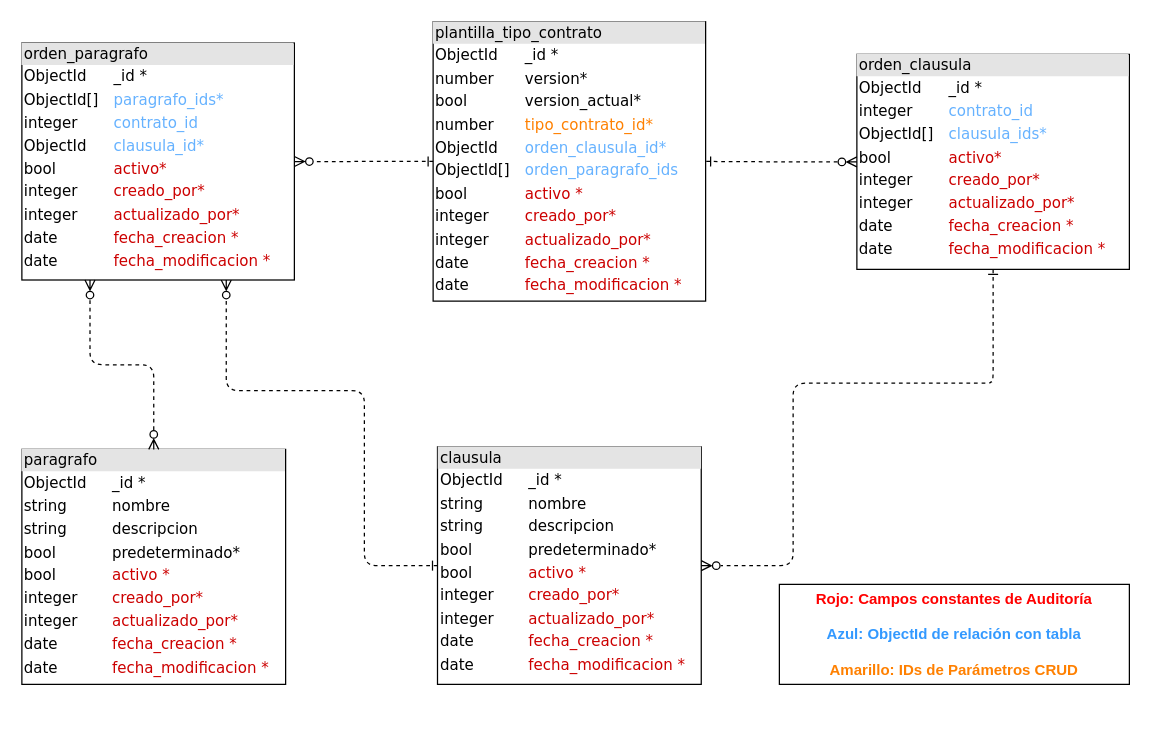
This is database/modelo-datos-no-relacional-clausulas-paragrafos.drawio from udistrital/clausulas_paragrafos_crud, a draw.io file, before an edit. Source tidied: cells renumbered, new cells numbered last; positions are measured from the earlier drawing's top-left corner, leaving out a move shared by most shapes. Both pictures are drawn from the tidied source at 125%, with x=0, y=0 at pixel (21, 21).
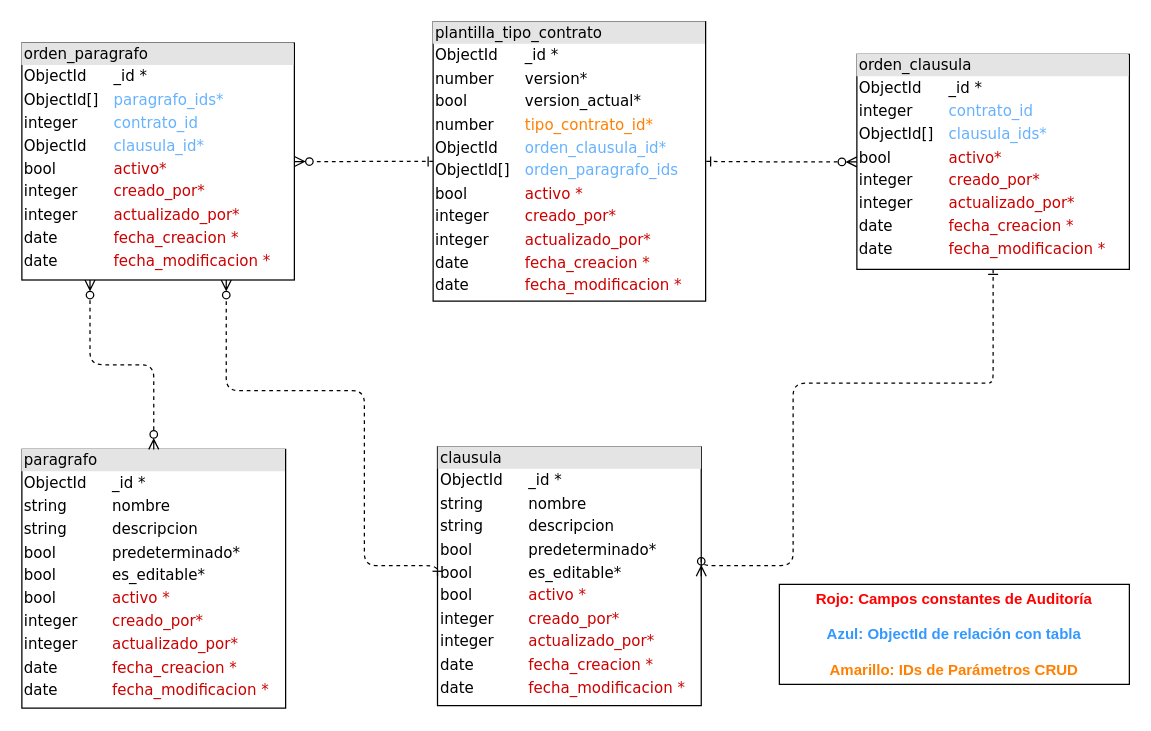
The same page after the edit.

Commit message (it also covers changes not shown here):
feat: Actualización de campo es_editable udistrital/argo_documentacion#193

The edit, as a diff of the source:
```diff
@@
 <mxGraphModel>
   <root>
     <mxCell id="0" />
     <mxCell id="1" parent="0" />
-    <mxCell id="2" value="&lt;div style=&quot;box-sizing: border-box ; width: 100% ; background: #e4e4e4 ; padding: 2px&quot;&gt;clausula&lt;/div&gt;&lt;table style=&quot;width: 100% ; font-size: 1em&quot; cellpadding=&quot;2&quot; cellspacing=&quot;0&quot;&gt;&lt;tbody&gt;&lt;tr&gt;&lt;td&gt;ObjectId&lt;span style=&quot;white-space: pre;&quot;&gt;&#9;&lt;/span&gt;&lt;/td&gt;&lt;td&gt;_id *&lt;/td&gt;&lt;/tr&gt;&lt;tr&gt;&lt;td&gt;string&lt;/td&gt;&lt;td&gt;nombre&lt;/td&gt;&lt;/tr&gt;&lt;tr&gt;&lt;td&gt;string&lt;br&gt;&lt;/td&gt;&lt;td&gt;descripcion&lt;br&gt;&lt;/td&gt;&lt;/tr&gt;&lt;tr&gt;&lt;td&gt;bool&lt;/td&gt;&lt;td&gt;predeterminado*&lt;/td&gt;&lt;/tr&gt;&lt;tr&gt;&lt;td&gt;bool&lt;br&gt;&lt;/td&gt;&lt;td&gt;&lt;span style=&quot;color: rgb(204, 0, 0);&quot;&gt;activo *&lt;/span&gt;&lt;br style=&quot;color: rgb(204, 0, 0);&quot;&gt;&lt;/td&gt;&lt;/tr&gt;&lt;tr&gt;&lt;td&gt;integer&lt;br&gt;&lt;/td&gt;&lt;td&gt;&lt;span style=&quot;color: rgb(204, 0, 0);&quot;&gt;creado_por*&lt;/span&gt;&lt;br&gt;&lt;/td&gt;&lt;/tr&gt;&lt;tr&gt;&lt;td&gt;integer&lt;br&gt;&lt;/td&gt;&lt;td&gt;&lt;span style=&quot;color: rgb(204, 0, 0);&quot;&gt;actualizado_por*&lt;/span&gt;&lt;br&gt;&lt;/td&gt;&lt;/tr&gt;&lt;tr&gt;&lt;td&gt;date&lt;/td&gt;&lt;td&gt;&lt;span style=&quot;color: rgb(204, 0, 0);&quot;&gt;fecha_creacion *&lt;/span&gt;&lt;br style=&quot;color: rgb(204, 0, 0);&quot;&gt;&lt;/td&gt;&lt;/tr&gt;&lt;tr&gt;&lt;td&gt;date&lt;/td&gt;&lt;td&gt;&lt;span style=&quot;color: rgb(204, 0, 0);&quot;&gt;fecha_modificacion *&lt;/span&gt;&lt;br&gt;&lt;/td&gt;&lt;/tr&gt;&lt;/tbody&gt;&lt;/table&gt;" style="verticalAlign=top;align=left;overflow=fill;html=1;rounded=0;shadow=0;comic=0;labelBackgroundColor=none;strokeWidth=1;fontFamily=Verdana;fontSize=12;" parent="1" vertex="1">
-      <mxGeometry x="332.5" y="340" width="211" height="190" as="geometry" />
+    <mxCell id="2" value="&lt;div style=&quot;box-sizing: border-box ; width: 100% ; background: #e4e4e4 ; padding: 2px&quot;&gt;clausula&lt;/div&gt;&lt;table style=&quot;width: 100% ; font-size: 1em&quot; cellpadding=&quot;2&quot; cellspacing=&quot;0&quot;&gt;&lt;tbody&gt;&lt;tr&gt;&lt;td&gt;ObjectId&lt;span style=&quot;white-space: pre;&quot;&gt;&#9;&lt;/span&gt;&lt;/td&gt;&lt;td&gt;_id *&lt;/td&gt;&lt;/tr&gt;&lt;tr&gt;&lt;td&gt;string&lt;/td&gt;&lt;td&gt;nombre&lt;/td&gt;&lt;/tr&gt;&lt;tr&gt;&lt;td&gt;string&lt;br&gt;&lt;/td&gt;&lt;td&gt;descripcion&lt;br&gt;&lt;/td&gt;&lt;/tr&gt;&lt;tr&gt;&lt;td&gt;bool&lt;/td&gt;&lt;td&gt;predeterminado*&lt;/td&gt;&lt;/tr&gt;&lt;tr&gt;&lt;td&gt;bool&lt;/td&gt;&lt;td&gt;es_editable*&lt;/td&gt;&lt;/tr&gt;&lt;tr&gt;&lt;td&gt;bool&lt;br&gt;&lt;/td&gt;&lt;td&gt;&lt;span style=&quot;color: rgb(204, 0, 0);&quot;&gt;activo *&lt;/span&gt;&lt;br style=&quot;color: rgb(204, 0, 0);&quot;&gt;&lt;/td&gt;&lt;/tr&gt;&lt;tr&gt;&lt;td&gt;integer&lt;br&gt;&lt;/td&gt;&lt;td&gt;&lt;span style=&quot;color: rgb(204, 0, 0);&quot;&gt;creado_por*&lt;/span&gt;&lt;br&gt;&lt;/td&gt;&lt;/tr&gt;&lt;tr&gt;&lt;td&gt;integer&lt;br&gt;&lt;/td&gt;&lt;td&gt;&lt;span style=&quot;color: rgb(204, 0, 0);&quot;&gt;actualizado_por*&lt;/span&gt;&lt;br&gt;&lt;/td&gt;&lt;/tr&gt;&lt;tr&gt;&lt;td&gt;date&lt;/td&gt;&lt;td&gt;&lt;span style=&quot;color: rgb(204, 0, 0);&quot;&gt;fecha_creacion *&lt;/span&gt;&lt;br style=&quot;color: rgb(204, 0, 0);&quot;&gt;&lt;/td&gt;&lt;/tr&gt;&lt;tr&gt;&lt;td&gt;date&lt;/td&gt;&lt;td&gt;&lt;span style=&quot;color: rgb(204, 0, 0);&quot;&gt;fecha_modificacion *&lt;/span&gt;&lt;br&gt;&lt;/td&gt;&lt;/tr&gt;&lt;/tbody&gt;&lt;/table&gt;" style="verticalAlign=top;align=left;overflow=fill;html=1;rounded=0;shadow=0;comic=0;labelBackgroundColor=none;strokeWidth=1;fontFamily=Verdana;fontSize=12;" parent="1" vertex="1">
+      <mxGeometry x="332.5" y="340" width="211" height="207" as="geometry" />
     </mxCell>
-    <mxCell id="3" value="&lt;div style=&quot;box-sizing: border-box ; width: 100% ; background: #e4e4e4 ; padding: 2px&quot;&gt;paragrafo&lt;/div&gt;&lt;table style=&quot;width: 100% ; font-size: 1em&quot; cellpadding=&quot;2&quot; cellspacing=&quot;0&quot;&gt;&lt;tbody&gt;&lt;tr&gt;&lt;td&gt;ObjectId&lt;span style=&quot;white-space: pre;&quot;&gt;&#9;&lt;/span&gt;&lt;/td&gt;&lt;td&gt;_id *&lt;/td&gt;&lt;/tr&gt;&lt;tr&gt;&lt;td&gt;string&lt;/td&gt;&lt;td&gt;nombre&lt;/td&gt;&lt;/tr&gt;&lt;tr&gt;&lt;td&gt;string&lt;br&gt;&lt;/td&gt;&lt;td&gt;descripcion&lt;br&gt;&lt;/td&gt;&lt;/tr&gt;&lt;tr&gt;&lt;td&gt;bool&lt;/td&gt;&lt;td&gt;predeterminado*&lt;/td&gt;&lt;/tr&gt;&lt;tr&gt;&lt;td&gt;bool&lt;br&gt;&lt;/td&gt;&lt;td&gt;&lt;span style=&quot;color: rgb(204, 0, 0);&quot;&gt;activo *&lt;/span&gt;&lt;br style=&quot;color: rgb(204, 0, 0);&quot;&gt;&lt;/td&gt;&lt;/tr&gt;&lt;tr&gt;&lt;td&gt;integer&lt;/td&gt;&lt;td&gt;&lt;span style=&quot;color: rgb(204, 0, 0);&quot;&gt;creado_por*&lt;/span&gt;&lt;br&gt;&lt;/td&gt;&lt;/tr&gt;&lt;tr&gt;&lt;td&gt;integer&lt;br&gt;&lt;/td&gt;&lt;td&gt;&lt;span style=&quot;color: rgb(204, 0, 0);&quot;&gt;actualizado_por*&lt;/span&gt;&lt;br&gt;&lt;/td&gt;&lt;/tr&gt;&lt;tr&gt;&lt;td&gt;date&lt;/td&gt;&lt;td&gt;&lt;span style=&quot;color: rgb(204, 0, 0);&quot;&gt;fecha_creacion *&lt;/span&gt;&lt;br style=&quot;color: rgb(204, 0, 0);&quot;&gt;&lt;/td&gt;&lt;/tr&gt;&lt;tr&gt;&lt;td&gt;date&lt;/td&gt;&lt;td&gt;&lt;span style=&quot;color: rgb(204, 0, 0);&quot;&gt;fecha_modificacion *&lt;/span&gt;&lt;br&gt;&lt;/td&gt;&lt;/tr&gt;&lt;/tbody&gt;&lt;/table&gt;" style="verticalAlign=top;align=left;overflow=fill;html=1;rounded=0;shadow=0;comic=0;labelBackgroundColor=none;strokeWidth=1;fontFamily=Verdana;fontSize=12;" parent="1" vertex="1">
-      <mxGeometry y="342" width="211" height="188" as="geometry" />
+    <mxCell id="3" value="&lt;div style=&quot;box-sizing: border-box ; width: 100% ; background: #e4e4e4 ; padding: 2px&quot;&gt;paragrafo&lt;/div&gt;&lt;table style=&quot;width: 100% ; font-size: 1em&quot; cellpadding=&quot;2&quot; cellspacing=&quot;0&quot;&gt;&lt;tbody&gt;&lt;tr&gt;&lt;td&gt;ObjectId&lt;span style=&quot;white-space: pre;&quot;&gt;&#9;&lt;/span&gt;&lt;/td&gt;&lt;td&gt;_id *&lt;/td&gt;&lt;/tr&gt;&lt;tr&gt;&lt;td&gt;string&lt;/td&gt;&lt;td&gt;nombre&lt;/td&gt;&lt;/tr&gt;&lt;tr&gt;&lt;td&gt;string&lt;br&gt;&lt;/td&gt;&lt;td&gt;descripcion&lt;br&gt;&lt;/td&gt;&lt;/tr&gt;&lt;tr&gt;&lt;td&gt;bool&lt;/td&gt;&lt;td&gt;predeterminado*&lt;/td&gt;&lt;/tr&gt;&lt;tr&gt;&lt;td&gt;bool&lt;/td&gt;&lt;td&gt;es_editable*&lt;/td&gt;&lt;/tr&gt;&lt;tr&gt;&lt;td&gt;bool&lt;br&gt;&lt;/td&gt;&lt;td&gt;&lt;span style=&quot;color: rgb(204, 0, 0);&quot;&gt;activo *&lt;/span&gt;&lt;br style=&quot;color: rgb(204, 0, 0);&quot;&gt;&lt;/td&gt;&lt;/tr&gt;&lt;tr&gt;&lt;td&gt;integer&lt;/td&gt;&lt;td&gt;&lt;span style=&quot;color: rgb(204, 0, 0);&quot;&gt;creado_por*&lt;/span&gt;&lt;br&gt;&lt;/td&gt;&lt;/tr&gt;&lt;tr&gt;&lt;td&gt;integer&lt;br&gt;&lt;/td&gt;&lt;td&gt;&lt;span style=&quot;color: rgb(204, 0, 0);&quot;&gt;actualizado_por*&lt;/span&gt;&lt;br&gt;&lt;/td&gt;&lt;/tr&gt;&lt;tr&gt;&lt;td&gt;date&lt;/td&gt;&lt;td&gt;&lt;span style=&quot;color: rgb(204, 0, 0);&quot;&gt;fecha_creacion *&lt;/span&gt;&lt;br style=&quot;color: rgb(204, 0, 0);&quot;&gt;&lt;/td&gt;&lt;/tr&gt;&lt;tr&gt;&lt;td&gt;date&lt;/td&gt;&lt;td&gt;&lt;span style=&quot;color: rgb(204, 0, 0);&quot;&gt;fecha_modificacion *&lt;/span&gt;&lt;br&gt;&lt;/td&gt;&lt;/tr&gt;&lt;/tbody&gt;&lt;/table&gt;" style="verticalAlign=top;align=left;overflow=fill;html=1;rounded=0;shadow=0;comic=0;labelBackgroundColor=none;strokeWidth=1;fontFamily=Verdana;fontSize=12;" parent="1" vertex="1">
+      <mxGeometry y="342" width="211" height="207" as="geometry" />
     </mxCell>
     <mxCell id="4" value="&lt;div style=&quot;box-sizing: border-box ; width: 100% ; background: #e4e4e4 ; padding: 2px&quot;&gt;orden_clausula&lt;/div&gt;&lt;table style=&quot;width: 100% ; font-size: 1em&quot; cellpadding=&quot;2&quot; cellspacing=&quot;0&quot;&gt;&lt;tbody&gt;&lt;tr&gt;&lt;td&gt;ObjectId&lt;/td&gt;&lt;td&gt;_id *&lt;/td&gt;&lt;/tr&gt;&lt;tr&gt;&lt;td&gt;integer&lt;br&gt;&lt;/td&gt;&lt;td&gt;&lt;font color=&quot;#66b2ff&quot;&gt;contrato_id&lt;/font&gt;&lt;/td&gt;&lt;/tr&gt;&lt;tr&gt;&lt;td&gt;ObjectId[]&lt;/td&gt;&lt;td&gt;&lt;font color=&quot;#66b2ff&quot;&gt;clausula_ids*&lt;/font&gt;&lt;/td&gt;&lt;/tr&gt;&lt;tr&gt;&lt;td&gt;bool&lt;/td&gt;&lt;td&gt;&lt;font color=&quot;#cc0000&quot;&gt;activo*&lt;/font&gt;&lt;/td&gt;&lt;/tr&gt;&lt;tr&gt;&lt;td&gt;integer&lt;/td&gt;&lt;td&gt;&lt;font color=&quot;#cc0000&quot;&gt;creado_por*&lt;/font&gt;&lt;/td&gt;&lt;/tr&gt;&lt;tr&gt;&lt;td&gt;integer&lt;/td&gt;&lt;td&gt;&lt;font color=&quot;#cc0000&quot;&gt;actualizado_por*&lt;/font&gt;&lt;/td&gt;&lt;/tr&gt;&lt;tr&gt;&lt;td&gt;date&lt;/td&gt;&lt;td&gt;&lt;span style=&quot;color: rgb(204, 0, 0);&quot;&gt;fecha_creacion *&lt;/span&gt;&lt;br style=&quot;color: rgb(204, 0, 0);&quot;&gt;&lt;/td&gt;&lt;/tr&gt;&lt;tr&gt;&lt;td&gt;date&lt;/td&gt;&lt;td&gt;&lt;span style=&quot;color: rgb(204, 0, 0);&quot;&gt;fecha_modificacion *&lt;/span&gt;&lt;br&gt;&lt;/td&gt;&lt;/tr&gt;&lt;/tbody&gt;&lt;/table&gt;" style="verticalAlign=top;align=left;overflow=fill;html=1;rounded=0;shadow=0;comic=0;labelBackgroundColor=none;strokeWidth=1;fontFamily=Verdana;fontSize=12;" parent="1" vertex="1">
       <mxGeometry x="668" y="26" width="218" height="172" as="geometry" />
     </mxCell>
     <mxCell id="5" value="&lt;div style=&quot;box-sizing: border-box ; width: 100% ; background: #e4e4e4 ; padding: 2px&quot;&gt;plantilla_tipo_contrato&lt;/div&gt;&lt;table style=&quot;width: 100% ; font-size: 1em&quot; cellpadding=&quot;2&quot; cellspacing=&quot;0&quot;&gt;&lt;tbody&gt;&lt;tr&gt;&lt;td&gt;ObjectId&lt;/td&gt;&lt;td&gt;_id *&lt;/td&gt;&lt;/tr&gt;&lt;tr&gt;&lt;td&gt;number&lt;/td&gt;&lt;td&gt;version*&lt;/td&gt;&lt;/tr&gt;&lt;tr&gt;&lt;td&gt;bool&lt;/td&gt;&lt;td&gt;version_actual*&lt;/td&gt;&lt;/tr&gt;&lt;tr&gt;&lt;td&gt;number&lt;/td&gt;&lt;td&gt;&lt;font color=&quot;#ff8000&quot;&gt;tipo_contrato_id*&lt;/font&gt;&lt;/td&gt;&lt;/tr&gt;&lt;tr&gt;&lt;td&gt;ObjectId&lt;/td&gt;&lt;td&gt;&lt;font color=&quot;#66b2ff&quot;&gt;orden_clausula_id*&lt;/font&gt;&lt;/td&gt;&lt;/tr&gt;&lt;tr&gt;&lt;td&gt;ObjectId[]&lt;/td&gt;&lt;td&gt;&lt;font color=&quot;#66b2ff&quot;&gt;orden_paragrafo_ids&lt;/font&gt;&lt;/td&gt;&lt;/tr&gt;&lt;tr&gt;&lt;td&gt;bool&lt;br&gt;&lt;/td&gt;&lt;td&gt;&lt;span style=&quot;color: rgb(204, 0, 0);&quot;&gt;activo *&lt;/span&gt;&lt;br style=&quot;color: rgb(204, 0, 0);&quot;&gt;&lt;/td&gt;&lt;/tr&gt;&lt;tr&gt;&lt;td&gt;integer&lt;br&gt;&lt;/td&gt;&lt;td&gt;&lt;span style=&quot;color: rgb(204, 0, 0);&quot;&gt;creado_por*&lt;/span&gt;&lt;br&gt;&lt;/td&gt;&lt;/tr&gt;&lt;tr&gt;&lt;td&gt;integer&lt;br&gt;&lt;/td&gt;&lt;td&gt;&lt;span style=&quot;color: rgb(204, 0, 0);&quot;&gt;actualizado_por*&lt;/span&gt;&lt;br&gt;&lt;/td&gt;&lt;/tr&gt;&lt;tr&gt;&lt;td&gt;date&lt;/td&gt;&lt;td&gt;&lt;span style=&quot;color: rgb(204, 0, 0);&quot;&gt;fecha_creacion *&lt;/span&gt;&lt;br style=&quot;color: rgb(204, 0, 0);&quot;&gt;&lt;/td&gt;&lt;/tr&gt;&lt;tr&gt;&lt;td&gt;date&lt;/td&gt;&lt;td&gt;&lt;span style=&quot;color: rgb(204, 0, 0);&quot;&gt;fecha_modificacion *&lt;/span&gt;&lt;br&gt;&lt;/td&gt;&lt;/tr&gt;&lt;/tbody&gt;&lt;/table&gt;" style="verticalAlign=top;align=left;overflow=fill;html=1;rounded=0;shadow=0;comic=0;labelBackgroundColor=none;strokeWidth=1;fontFamily=Verdana;fontSize=12;" parent="1" vertex="1">
       <mxGeometry x="329" y="-0.1" width="218" height="223.5" as="geometry" />
     </mxCell>
     <mxCell id="6" style="edgeStyle=orthogonalEdgeStyle;html=1;dashed=1;labelBackgroundColor=none;startArrow=ERone;endArrow=ERzeroToMany;fontFamily=Verdana;fontSize=12;align=left;startFill=0;endFill=0;entryX=1;entryY=0.5;entryDx=0;entryDy=0;exitX=0.5;exitY=1;exitDx=0;exitDy=0;" parent="1" edge="1" source="4" target="2">
       <mxGeometry relative="1" as="geometry">
         <Array as="points">
           <mxPoint x="777" y="288" />
           <mxPoint x="775" y="288" />
           <mxPoint x="775" y="289" />
           <mxPoint x="617" y="289" />
           <mxPoint x="617" y="435" />
         </Array>
       </mxGeometry>
     </mxCell>
     <mxCell id="7" style="edgeStyle=orthogonalEdgeStyle;html=1;dashed=1;labelBackgroundColor=none;startArrow=ERone;endArrow=ERzeroToMany;fontFamily=Verdana;fontSize=12;align=left;startFill=0;endFill=0;entryX=0.75;entryY=1;entryDx=0;entryDy=0;exitX=0;exitY=0.5;exitDx=0;exitDy=0;" parent="1" edge="1" source="2" target="8">
       <mxGeometry relative="1" as="geometry">
         <Array as="points">
           <mxPoint x="274" y="435" />
           <mxPoint x="274" y="295" />
           <mxPoint x="164" y="295" />
         </Array>
       </mxGeometry>
     </mxCell>
     <mxCell id="8" value="&lt;div style=&quot;box-sizing: border-box ; width: 100% ; background: #e4e4e4 ; padding: 2px&quot;&gt;orden_paragrafo&lt;/div&gt;&lt;table style=&quot;width: 100% ; font-size: 1em&quot; cellpadding=&quot;2&quot; cellspacing=&quot;0&quot;&gt;&lt;tbody&gt;&lt;tr&gt;&lt;td&gt;ObjectId&lt;/td&gt;&lt;td&gt;_id *&lt;/td&gt;&lt;/tr&gt;&lt;tr&gt;&lt;td&gt;ObjectId[]&lt;/td&gt;&lt;td&gt;&lt;font color=&quot;#66b2ff&quot;&gt;paragrafo_ids*&lt;/font&gt;&lt;/td&gt;&lt;/tr&gt;&lt;tr&gt;&lt;td&gt;integer&lt;/td&gt;&lt;td&gt;&lt;font color=&quot;#66b2ff&quot;&gt;contrato_id&lt;/font&gt;&lt;/td&gt;&lt;/tr&gt;&lt;tr&gt;&lt;td&gt;ObjectId&lt;/td&gt;&lt;td&gt;&lt;font color=&quot;#66b2ff&quot;&gt;clausula_id*&lt;/font&gt;&lt;/td&gt;&lt;/tr&gt;&lt;tr&gt;&lt;td&gt;bool&lt;/td&gt;&lt;td&gt;&lt;font color=&quot;#cc0000&quot;&gt;activo*&lt;/font&gt;&lt;/td&gt;&lt;/tr&gt;&lt;tr&gt;&lt;td&gt;integer&lt;/td&gt;&lt;td&gt;&lt;font color=&quot;#cc0000&quot;&gt;creado_por*&lt;/font&gt;&lt;/td&gt;&lt;/tr&gt;&lt;tr&gt;&lt;td&gt;integer&lt;/td&gt;&lt;td&gt;&lt;font color=&quot;#cc0000&quot;&gt;actualizado_por*&lt;/font&gt;&lt;/td&gt;&lt;/tr&gt;&lt;tr&gt;&lt;td&gt;date&lt;/td&gt;&lt;td&gt;&lt;span style=&quot;color: rgb(204, 0, 0);&quot;&gt;fecha_creacion *&lt;/span&gt;&lt;br style=&quot;color: rgb(204, 0, 0);&quot;&gt;&lt;/td&gt;&lt;/tr&gt;&lt;tr&gt;&lt;td&gt;date&lt;/td&gt;&lt;td&gt;&lt;span style=&quot;color: rgb(204, 0, 0);&quot;&gt;fecha_modificacion *&lt;/span&gt;&lt;br&gt;&lt;/td&gt;&lt;/tr&gt;&lt;/tbody&gt;&lt;/table&gt;" style="verticalAlign=top;align=left;overflow=fill;html=1;rounded=0;shadow=0;comic=0;labelBackgroundColor=none;strokeWidth=1;fontFamily=Verdana;fontSize=12;" parent="1" vertex="1">
       <mxGeometry y="16.9" width="218" height="189.6" as="geometry" />
     </mxCell>
     <mxCell id="9" style="edgeStyle=orthogonalEdgeStyle;html=1;dashed=1;labelBackgroundColor=none;startArrow=ERzeroToMany;endArrow=ERzeroToMany;fontFamily=Verdana;fontSize=12;align=left;startFill=0;endFill=0;entryX=0.25;entryY=1;entryDx=0;entryDy=0;exitX=0.5;exitY=0;exitDx=0;exitDy=0;" parent="1" edge="1" source="3" target="8">
       <mxGeometry relative="1" as="geometry" />
     </mxCell>
     <mxCell id="10" style="edgeStyle=orthogonalEdgeStyle;html=1;dashed=1;labelBackgroundColor=none;startArrow=ERone;endArrow=ERzeroToMany;fontFamily=Verdana;fontSize=12;align=left;startFill=0;endFill=0;entryX=1;entryY=0.5;entryDx=0;entryDy=0;exitX=0;exitY=0.5;exitDx=0;exitDy=0;" parent="1" edge="1" source="5" target="8">
       <mxGeometry relative="1" as="geometry" />
     </mxCell>
     <mxCell id="11" style="edgeStyle=orthogonalEdgeStyle;html=1;dashed=1;labelBackgroundColor=none;startArrow=ERzeroToMany;endArrow=ERone;fontFamily=Verdana;fontSize=12;align=left;startFill=0;endFill=0;entryX=1;entryY=0.5;entryDx=0;entryDy=0;exitX=0;exitY=0.5;exitDx=0;exitDy=0;" parent="1" edge="1" source="4" target="5">
       <mxGeometry relative="1" as="geometry" />
     </mxCell>
     <mxCell id="12" value="&lt;b&gt;&lt;font color=&quot;#ff0000&quot;&gt;Rojo: Campos constantes de Auditoría&lt;/font&gt;&lt;/b&gt;&lt;div&gt;&lt;b&gt;&lt;font color=&quot;#ff0000&quot;&gt;&lt;br&gt;&lt;/font&gt;&lt;/b&gt;&lt;/div&gt;&lt;div&gt;&lt;b&gt;&lt;font color=&quot;#3399ff&quot;&gt;Azul: ObjectId de relación con tabla&lt;/font&gt;&lt;/b&gt;&lt;/div&gt;&lt;div&gt;&lt;b&gt;&lt;font color=&quot;#3399ff&quot;&gt;&lt;br&gt;&lt;/font&gt;&lt;/b&gt;&lt;/div&gt;&lt;div&gt;&lt;b&gt;&lt;font color=&quot;#ff8000&quot;&gt;Amarillo: IDs de Parámetros CRUD&lt;/font&gt;&lt;/b&gt;&lt;/div&gt;" style="rounded=0;whiteSpace=wrap;html=1;" parent="1" vertex="1">
       <mxGeometry x="606" y="450" width="280" height="80" as="geometry" />
     </mxCell>
   </root>
 </mxGraphModel>
```
